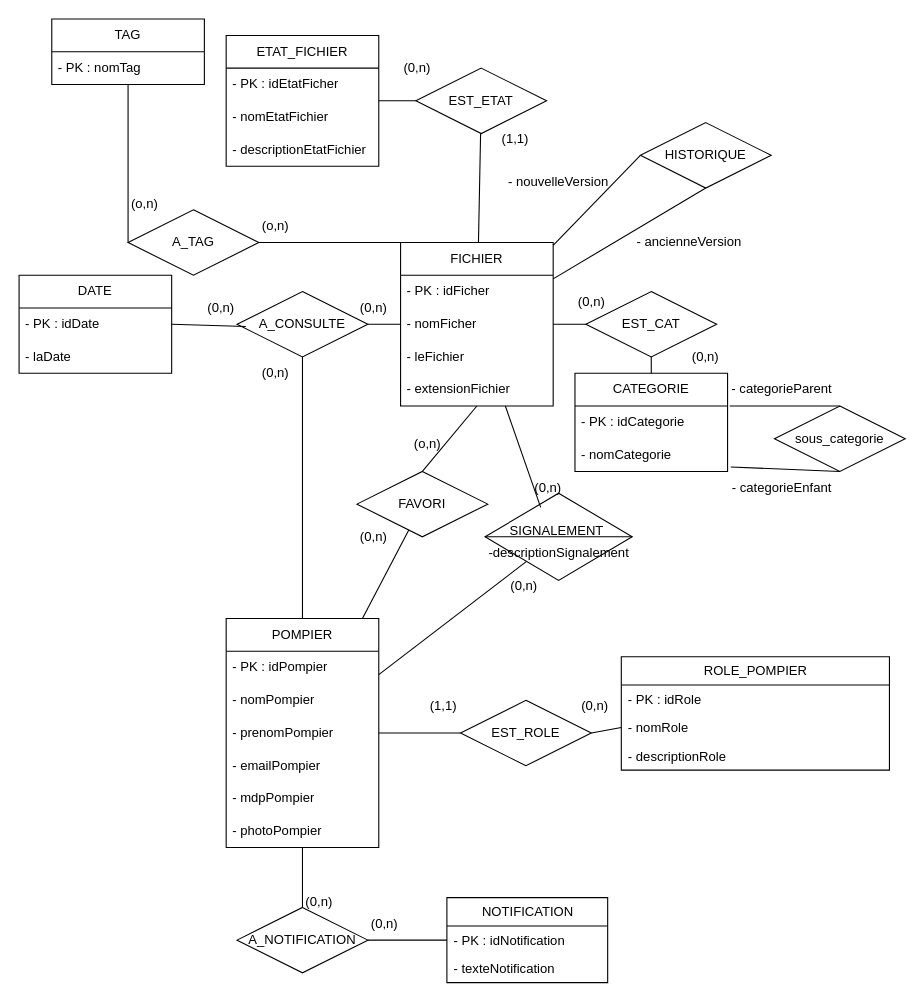
Above: page "MCD" (2 of 15) of docs/UML.drawio in Nathan-Etave/Hades (draw.io), before the change. Source tidied: cells renumbered, new cells numbered last; positions are measured from the earlier drawing's top-left corner, leaving out a move shared by most shapes. Both pictures are drawn from the tidied source at 109%, with x=0, y=0 at pixel (19, 19).
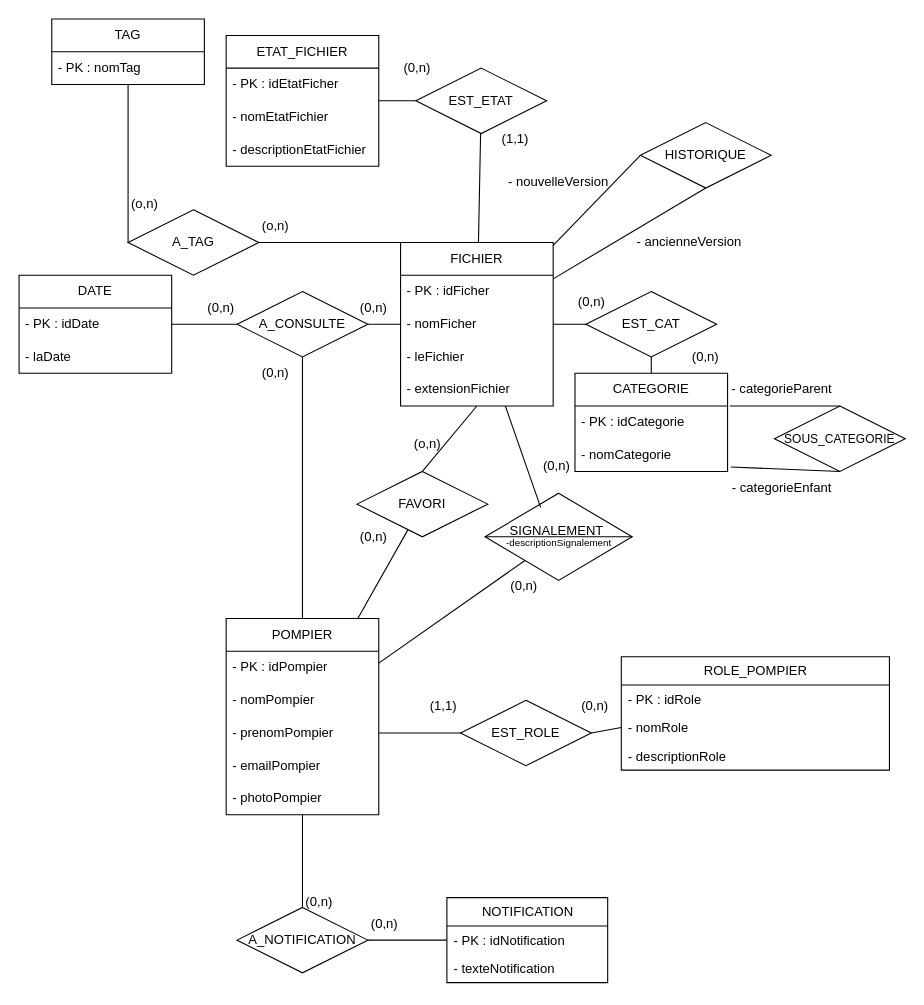
The same page after the edit.

Unchanged cells that the change refers to:
```xml
<mxCell id="17" value="- PK : idDate" style="text;strokeColor=none;fillColor=none;align=left;verticalAlign=middle;spacingLeft=4;spacingRight=4;overflow=hidden;points=[[0,0.5],[1,0.5]];portConstraint=eastwest;whiteSpace=wrap;html=1;" parent="16" vertex="1">
  <mxGeometry y="30" width="140" height="30" as="geometry" />
</mxCell>
<mxCell id="20" value="A_CONSULTE" style="shape=rhombus;perimeter=rhombusPerimeter;whiteSpace=wrap;html=1;align=center;" parent="1" vertex="1">
  <mxGeometry x="200" y="250" width="120" height="60" as="geometry" />
</mxCell>
```

Diff of the diagram source:
```diff
@@
     <mxCell id="6" value="POMPIER" style="swimlane;fontStyle=0;horizontal=1;startSize=30;whiteSpace=wrap;html=1;" parent="1" vertex="1">
-      <mxGeometry x="190" y="550" width="140" height="210" as="geometry" />
+      <mxGeometry x="190" y="550" width="140" height="180" as="geometry" />
     </mxCell>
@@
-    <mxCell id="11" value="- mdpPompier" style="text;strokeColor=none;fillColor=none;align=left;verticalAlign=middle;spacingLeft=4;spacingRight=4;overflow=hidden;whiteSpace=wrap;html=1;" parent="6" vertex="1">
-      <mxGeometry y="150" width="140" height="30" as="geometry" />
-    </mxCell>
     <mxCell id="12" value="- photoPompier" style="text;strokeColor=none;fillColor=none;align=left;verticalAlign=middle;spacingLeft=4;spacingRight=4;overflow=hidden;whiteSpace=wrap;html=1;" parent="6" vertex="1">
-      <mxGeometry y="180" width="140" height="30" as="geometry" />
+      <mxGeometry y="150" width="140" height="30" as="geometry" />
     </mxCell>
@@
-    <mxCell id="36" style="endArrow=none;html=1;rounded=0;entryX=1;entryY=0.5;entryDx=0;entryDy=0;exitX=0.067;exitY=0.533;exitDx=0;exitDy=0;exitPerimeter=0;" parent="1" edge="1" source="20" target="17">
+    <mxCell id="36" style="endArrow=none;html=1;rounded=0;entryX=1;entryY=0.5;entryDx=0;entryDy=0;exitX=0;exitY=0.5;exitDx=0;exitDy=0;" parent="1" edge="1" source="20" target="17">
       <mxGeometry relative="1" as="geometry" />
     </mxCell>
@@
-    <mxCell id="42" value="-descriptionSignalement" style="text;html=1;align=center;verticalAlign=middle;strokeColor=none;fillColor=none;" parent="1" vertex="1">
-      <mxGeometry x="420" y="475" width="150" height="30" as="geometry" />
+    <mxCell id="42" value="&lt;font style=&quot;font-size: 9px;&quot;&gt;-descriptionSignalement&lt;/font&gt;" style="text;html=1;align=center;verticalAlign=middle;strokeColor=none;fillColor=none;" parent="1" vertex="1">
+      <mxGeometry x="435" y="465" width="120" height="30" as="geometry" />
     </mxCell>
@@
     <mxCell id="55" value="(0,n)" style="text;html=1;align=center;verticalAlign=middle;strokeColor=none;fillColor=none;" parent="1" vertex="1">
-      <mxGeometry x="460" y="415" width="50" height="30" as="geometry" />
+      <mxGeometry x="467.5" y="395" width="50" height="30" as="geometry" />
     </mxCell>
@@
-    <mxCell id="59" value="sous_categorie" style="shape=rhombus;perimeter=rhombusPerimeter;whiteSpace=wrap;html=1;align=center;" parent="1" vertex="1">
+    <mxCell id="59" value="&lt;font style=&quot;font-size: 11px;&quot;&gt;SOUS_CATEGORIE&lt;/font&gt;" style="shape=rhombus;perimeter=rhombusPerimeter;whiteSpace=wrap;html=1;align=center;" parent="1" vertex="1">
       <mxGeometry x="693" y="355" width="120" height="60" as="geometry" />
     </mxCell>
```
